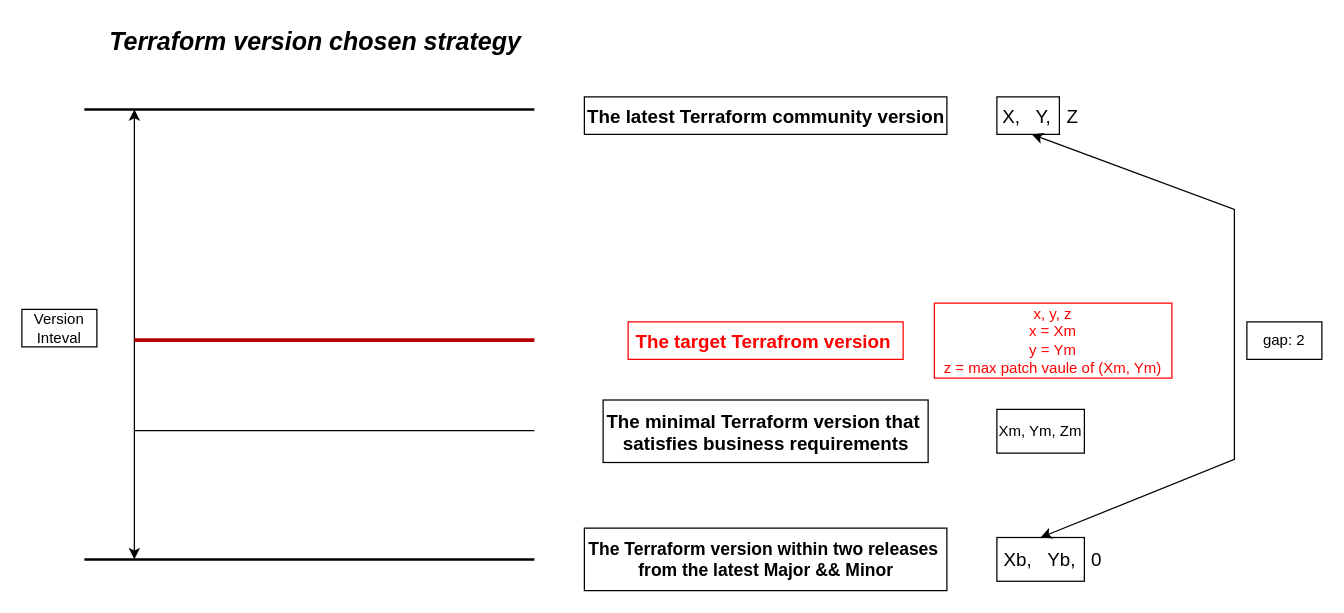
This is terraform-version-chosen-strategy.drawio from YanshanSong/draw.io, a draw.io file, before an edit. Source tidied: cells renumbered, new cells numbered last; positions are measured from the earlier drawing's top-left corner, leaving out a move shared by most shapes. Both pictures are drawn from the tidied source at 125%, with x=0, y=0 at pixel (21, 21).
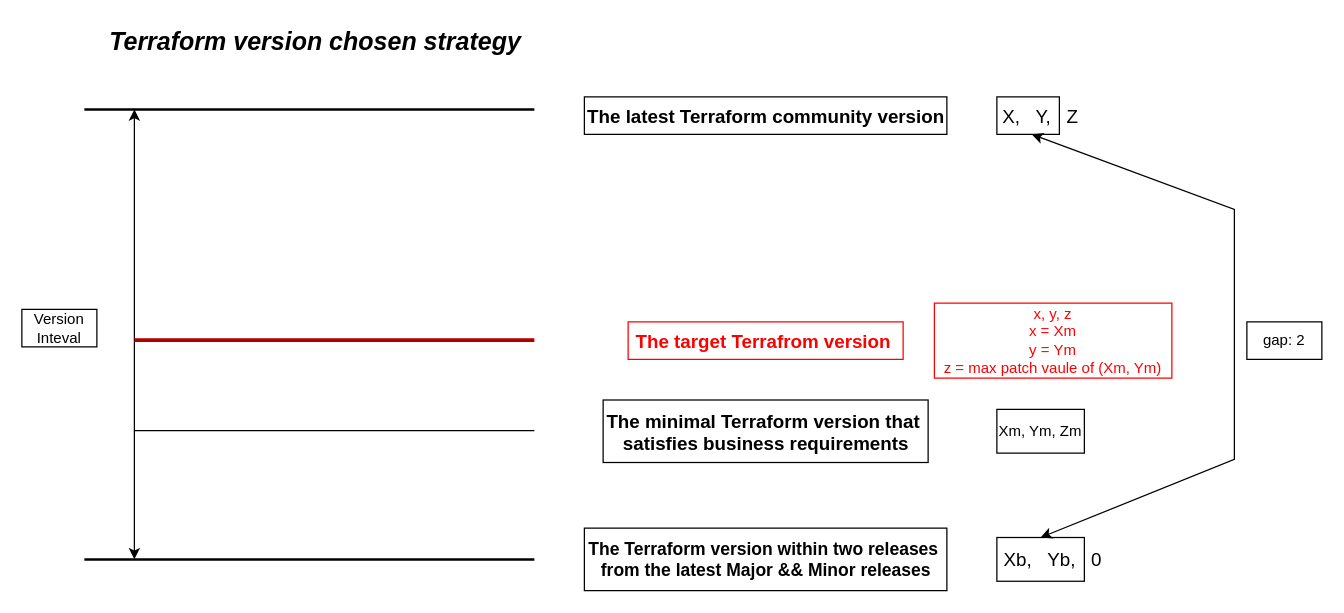
Above is the later version.

Diff of the diagram source:
```diff
@@
-    <mxCell id="6" value="The Terraform version within two releases&amp;nbsp;&lt;br style=&quot;font-size: 14px;&quot;&gt;from the latest Major &amp;amp;&amp;amp; Minor" style="text;html=1;align=center;verticalAlign=middle;strokeColor=default;fillColor=none;gradientColor=none;fontSize=14;fontStyle=1;" parent="1" vertex="1">
+    <mxCell id="6" value="The Terraform version within two releases&amp;nbsp;&lt;br style=&quot;font-size: 14px;&quot;&gt;from the latest Major &amp;amp;&amp;amp; Minor releases" style="text;html=1;align=center;verticalAlign=middle;strokeColor=default;fillColor=none;gradientColor=none;fontSize=14;fontStyle=1;" parent="1" vertex="1">
       <mxGeometry x="450" y="405" width="290" height="50" as="geometry" />
     </mxCell>
```
